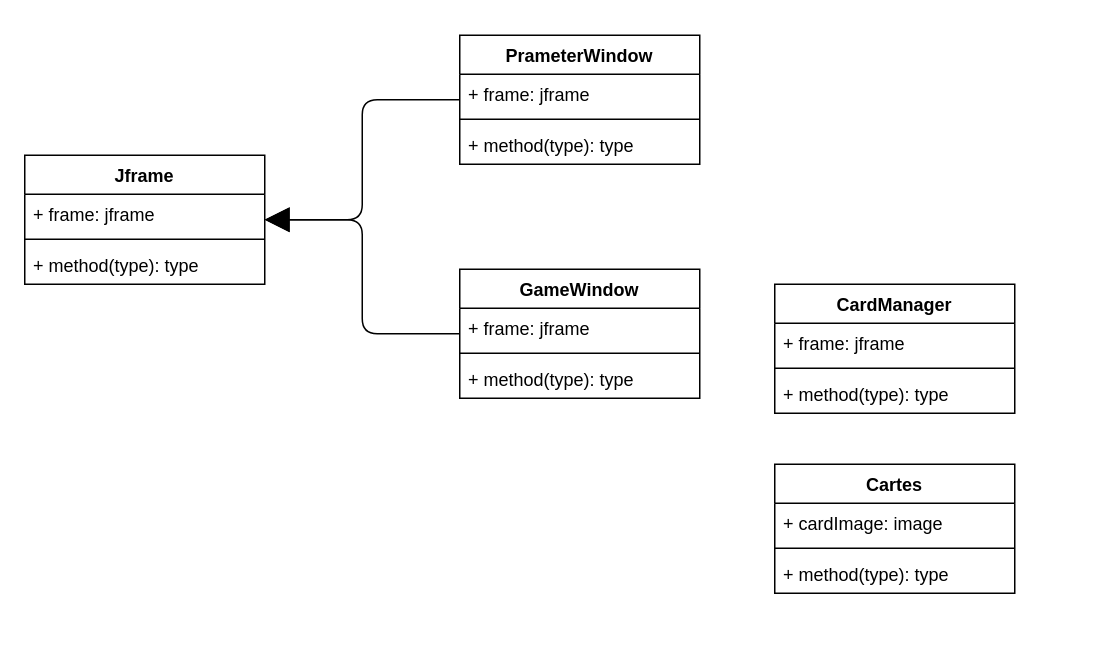
Before: Doc/UML/DiagrammeDeClass.drawio in FlorianSoler/Memory, a draw.io diagram. Source tidied: cells renumbered, new cells numbered last; positions are measured from the earlier drawing's top-left corner, leaving out a move shared by most shapes. Both pictures are drawn from the tidied source at 150%, with x=0, y=0 at pixel (24, 34).
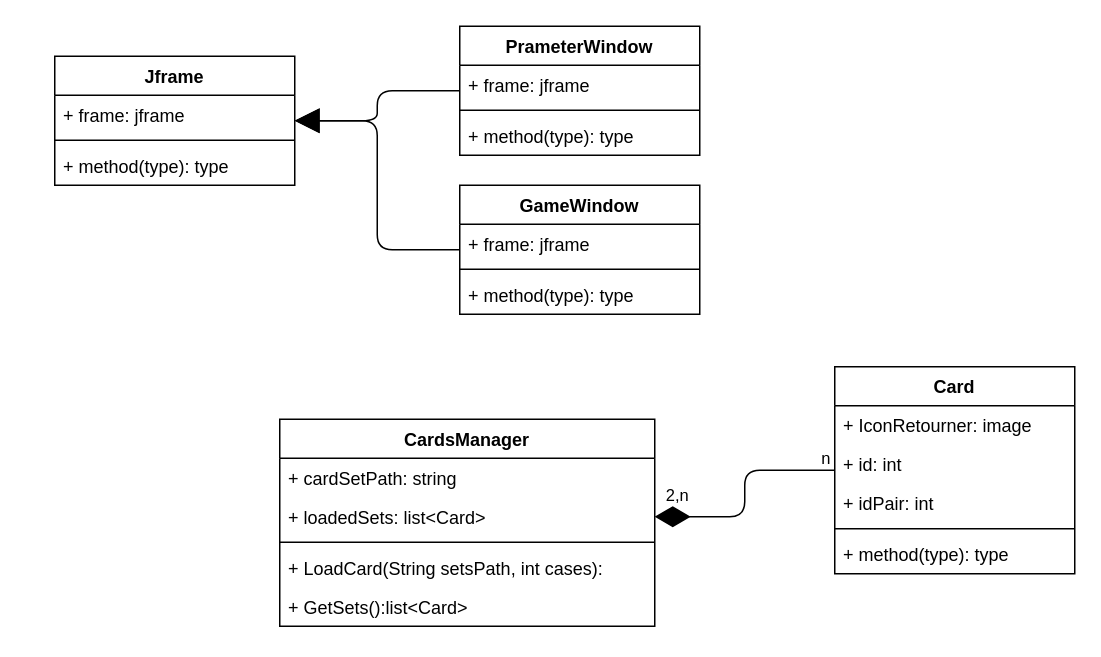
Above is the later version.

Diff of the diagram source:
```diff
@@
+    <mxCell id="24" style="edgeStyle=orthogonalEdgeStyle;html=1;endArrow=diamondThin;endFill=1;endSize=21;startSize=11;jumpSize=7;strokeWidth=1;targetPerimeterSpacing=0;sourcePerimeterSpacing=0;" parent="1" edge="1" source="2" target="29">
+      <mxGeometry relative="1" as="geometry" />
+    </mxCell>
+    <mxCell id="25" value="2,n" style="edgeLabel;html=1;align=center;verticalAlign=middle;" parent="24" vertex="1">
+      <mxGeometry x="0.88" y="1" relative="1" as="geometry">
+        <mxPoint x="5" y="-16" as="offset" />
+      </mxGeometry>
+    </mxCell>
+    <mxCell id="26" value="n" style="edgeLabel;html=1;align=center;verticalAlign=middle;" parent="24" vertex="1">
+      <mxGeometry x="-0.91" relative="1" as="geometry">
+        <mxPoint y="-9" as="offset" />
+      </mxGeometry>
+    </mxCell>
-    <mxCell id="2" value="Cartes" style="swimlane;fontStyle=1;align=center;verticalAlign=top;horizontal=1;startSize=26;" parent="1" vertex="1">
-      <mxGeometry x="500" y="286" width="160" height="86" as="geometry" />
+    <mxCell id="2" value="Card" style="swimlane;fontStyle=1;align=center;verticalAlign=top;horizontal=1;startSize=26;" parent="1" vertex="1">
+      <mxGeometry x="540" y="221" width="160" height="138" as="geometry" />
     </mxCell>
-    <mxCell id="3" value="+ cardImage: image " style="text;strokeColor=none;fillColor=none;align=left;verticalAlign=top;spacingLeft=4;spacingRight=4;overflow=hidden;" parent="2" vertex="1">
+    <mxCell id="3" value="+ IconRetourner: image " style="text;strokeColor=none;fillColor=none;align=left;verticalAlign=top;spacingLeft=4;spacingRight=4;overflow=hidden;" parent="2" vertex="1">
       <mxGeometry y="26" width="160" height="26" as="geometry" />
     </mxCell>
+    <mxCell id="27" value="+ id: int " style="text;strokeColor=none;fillColor=none;align=left;verticalAlign=top;spacingLeft=4;spacingRight=4;overflow=hidden;" parent="2" vertex="1">
+      <mxGeometry y="52" width="160" height="26" as="geometry" />
+    </mxCell>
+    <mxCell id="28" value="+ idPair: int " style="text;strokeColor=none;fillColor=none;align=left;verticalAlign=top;spacingLeft=4;spacingRight=4;overflow=hidden;" parent="2" vertex="1">
+      <mxGeometry y="78" width="160" height="26" as="geometry" />
+    </mxCell>
     <mxCell id="4" style="line;strokeWidth=1;fillColor=none;align=left;verticalAlign=middle;spacingTop=-1;spacingLeft=3;spacingRight=3;labelPosition=right;strokeColor=inherit;" parent="2" vertex="1">
-      <mxGeometry y="52" width="160" height="8" as="geometry" />
+      <mxGeometry y="104" width="160" height="8" as="geometry" />
     </mxCell>
     <mxCell id="5" value="+ method(type): type" style="text;strokeColor=none;fillColor=none;align=left;verticalAlign=top;spacingLeft=4;spacingRight=4;overflow=hidden;" parent="2" vertex="1">
-      <mxGeometry y="60" width="160" height="26" as="geometry" />
+      <mxGeometry y="112" width="160" height="26" as="geometry" />
     </mxCell>
     <mxCell id="6" value="Jframe" style="swimlane;fontStyle=1;align=center;verticalAlign=top;horizontal=1;startSize=26;" parent="1" vertex="1">
-      <mxGeometry y="80" width="160" height="86" as="geometry" />
+      <mxGeometry x="20" y="14" width="160" height="86" as="geometry" />
     </mxCell>
@@
     <mxCell id="11" value="PrameterWindow" style="swimlane;fontStyle=1;align=center;verticalAlign=top;horizontal=1;startSize=26;" parent="1" vertex="1">
-      <mxGeometry x="290" width="160" height="86" as="geometry" />
+      <mxGeometry x="290" y="-6" width="160" height="86" as="geometry" />
     </mxCell>
@@
     <mxCell id="16" value="GameWindow" style="swimlane;fontStyle=1;align=center;verticalAlign=top;horizontal=1;startSize=26;" parent="1" vertex="1">
-      <mxGeometry x="290" y="156" width="160" height="86" as="geometry" />
+      <mxGeometry x="290" y="100" width="160" height="86" as="geometry" />
     </mxCell>
@@
-    <mxCell id="20" value="CardManager" style="swimlane;fontStyle=1;align=center;verticalAlign=top;horizontal=1;startSize=26;" parent="1" vertex="1">
-      <mxGeometry x="500" y="166" width="160" height="86" as="geometry" />
+    <mxCell id="20" value="CardsManager" style="swimlane;fontStyle=1;align=center;verticalAlign=top;horizontal=1;startSize=26;" parent="1" vertex="1">
+      <mxGeometry x="170" y="256" width="250" height="138" as="geometry" />
     </mxCell>
-    <mxCell id="21" value="+ frame: jframe " style="text;strokeColor=none;fillColor=none;align=left;verticalAlign=top;spacingLeft=4;spacingRight=4;overflow=hidden;" parent="20" vertex="1">
-      <mxGeometry y="26" width="160" height="26" as="geometry" />
+    <mxCell id="21" value="+ cardSetPath: string " style="text;strokeColor=none;fillColor=none;align=left;verticalAlign=top;spacingLeft=4;spacingRight=4;overflow=hidden;" parent="20" vertex="1">
+      <mxGeometry y="26" width="250" height="26" as="geometry" />
     </mxCell>
+    <mxCell id="29" value="+ loadedSets: list&lt;Card&gt;" style="text;strokeColor=none;fillColor=none;align=left;verticalAlign=top;spacingLeft=4;spacingRight=4;overflow=hidden;points=[[0,0.5],[1,0.5]];portConstraint=eastwest;" parent="20" vertex="1">
+      <mxGeometry y="52" width="250" height="26" as="geometry" />
+    </mxCell>
     <mxCell id="22" style="line;strokeWidth=1;fillColor=none;align=left;verticalAlign=middle;spacingTop=-1;spacingLeft=3;spacingRight=3;labelPosition=right;strokeColor=inherit;" parent="20" vertex="1">
-      <mxGeometry y="52" width="160" height="8" as="geometry" />
+      <mxGeometry y="78" width="250" height="8" as="geometry" />
     </mxCell>
-    <mxCell id="23" value="+ method(type): type" style="text;strokeColor=none;fillColor=none;align=left;verticalAlign=top;spacingLeft=4;spacingRight=4;overflow=hidden;" parent="20" vertex="1">
-      <mxGeometry y="60" width="160" height="26" as="geometry" />
+    <mxCell id="23" value="+ LoadCard(String setsPath, int cases):" style="text;strokeColor=none;fillColor=none;align=left;verticalAlign=top;spacingLeft=4;spacingRight=4;overflow=hidden;" parent="20" vertex="1">
+      <mxGeometry y="86" width="250" height="26" as="geometry" />
     </mxCell>
+    <mxCell id="30" value="+ GetSets():list&lt;Card&gt;" style="text;strokeColor=none;fillColor=none;align=left;verticalAlign=top;spacingLeft=4;spacingRight=4;overflow=hidden;" parent="20" vertex="1">
+      <mxGeometry y="112" width="250" height="26" as="geometry" />
+    </mxCell>
```
